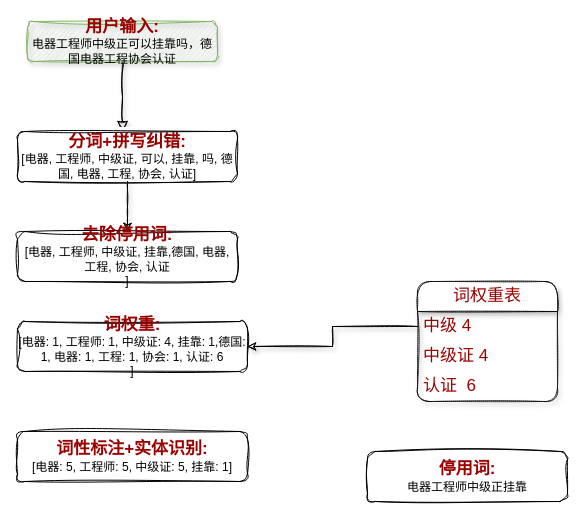
This is 未命名绘图.drawio from xuhaowork/myStudio, a draw.io file, before an edit. Source tidied: cells renumbered, new cells numbered last; positions are measured from the earlier drawing's top-left corner, leaving out a move shared by most shapes. Both pictures are drawn from the tidied source at 100%, with x=0, y=0 at pixel (17, 21).
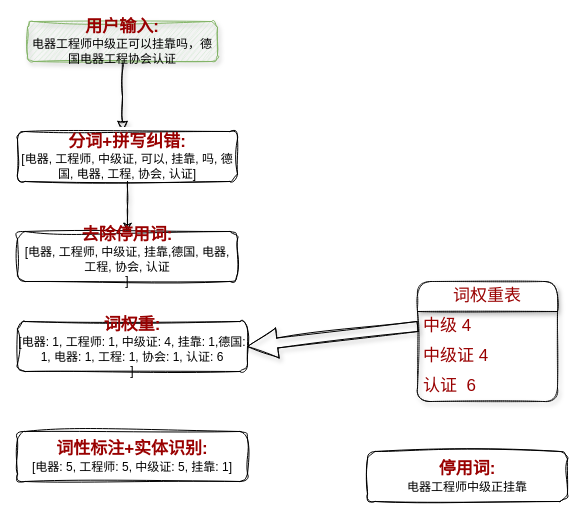
After the change.

Commit message (it also covers changes not shown here):
更新未命名绘图.drawio

Diff of the diagram source:
```diff
@@
 <mxGraphModel>
   <root>
     <mxCell id="0" />
     <mxCell id="1" parent="0" />
     <mxCell id="2" style="rounded=0;html=1;jettySize=auto;fontSize=11;endArrow=block;endFill=0;endSize=8;strokeWidth=1;shadow=1;labelBackgroundColor=none;edgeStyle=elbowEdgeStyle;sketch=1;curveFitting=1;jiggle=2;" parent="1" edge="1" source="3" target="5">
       <mxGeometry relative="1" as="geometry" />
     </mxCell>
     <mxCell id="3" value="&lt;b style=&quot;font-size: 17px;&quot;&gt;&lt;font style=&quot;font-size: 17px;&quot; color=&quot;#990000&quot;&gt;用户输入:&lt;/font&gt;&lt;br&gt;&lt;/b&gt;电器工程师中级正可以挂靠吗，德国电器工程协会认证" style="rounded=1;whiteSpace=wrap;html=1;fontSize=12;glass=0;strokeWidth=1;shadow=1;sketch=1;curveFitting=1;jiggle=2;fillColor=#d5e8d4;strokeColor=#82b366;" parent="1" vertex="1">
       <mxGeometry x="10" width="190" height="40" as="geometry" />
     </mxCell>
     <mxCell id="4" style="edgeStyle=elbowEdgeStyle;rounded=0;sketch=1;jettySize=auto;html=1;exitX=0.5;exitY=1;exitDx=0;exitDy=0;shadow=1;fontSize=17;fontColor=#990000;" parent="1" edge="1" source="5" target="6">
       <mxGeometry relative="1" as="geometry" />
     </mxCell>
     <mxCell id="5" value="&lt;b style=&quot;border-color: var(--border-color); font-size: 17px;&quot;&gt;&lt;font style=&quot;border-color: var(--border-color);&quot; color=&quot;#990000&quot;&gt;分词+拼写纠错:&lt;/font&gt;&lt;br style=&quot;border-color: var(--border-color);&quot;&gt;&lt;/b&gt;[电器, 工程师, 中级证, 可以, 挂靠, 吗, 德国, 电器, 工程, 协会, 认证]" style="rounded=1;whiteSpace=wrap;html=1;fontSize=12;glass=0;strokeWidth=1;shadow=0;sketch=1;curveFitting=1;jiggle=2;" parent="1" vertex="1">
       <mxGeometry y="110" width="220" height="50" as="geometry" />
     </mxCell>
     <mxCell id="6" value="&lt;b style=&quot;border-color: var(--border-color); font-size: 17px;&quot;&gt;&lt;font style=&quot;border-color: var(--border-color);&quot; color=&quot;#990000&quot;&gt;去除停用词:&lt;br&gt;&lt;/font&gt;&lt;/b&gt;[电器, 工程师, 中级证, 挂靠,德国, 电器, 工程, 协会, 认证&lt;br&gt;]" style="rounded=1;whiteSpace=wrap;html=1;fontSize=12;glass=0;strokeWidth=1;shadow=0;sketch=1;curveFitting=1;jiggle=2;" parent="1" vertex="1">
       <mxGeometry y="210" width="220" height="50" as="geometry" />
     </mxCell>
     <mxCell id="7" value="&lt;b style=&quot;border-color: var(--border-color); font-size: 17px;&quot;&gt;&lt;font style=&quot;border-color: var(--border-color);&quot; color=&quot;#990000&quot;&gt;停用词:&lt;/font&gt;&lt;br style=&quot;border-color: var(--border-color);&quot;&gt;&lt;/b&gt;电器工程师中级正挂靠" style="rounded=1;whiteSpace=wrap;html=1;fontSize=12;glass=0;strokeWidth=1;shadow=0;sketch=1;curveFitting=1;jiggle=2;" parent="1" vertex="1">
       <mxGeometry x="350" y="430" width="200" height="50" as="geometry" />
     </mxCell>
     <mxCell id="8" value="&lt;b style=&quot;border-color: var(--border-color); font-size: 17px;&quot;&gt;&lt;font style=&quot;border-color: var(--border-color);&quot; color=&quot;#990000&quot;&gt;词权重:&lt;/font&gt;&lt;br style=&quot;border-color: var(--border-color);&quot;&gt;&lt;/b&gt;[电器: 1, 工程师: 1, 中级证: 4, 挂靠: 1,德国: 1, 电器: 1, 工程: 1, 协会: 1, 认证: 6&lt;br&gt;]" style="rounded=1;whiteSpace=wrap;html=1;fontSize=12;glass=0;strokeWidth=1;shadow=0;sketch=1;curveFitting=1;jiggle=2;" parent="1" vertex="1">
       <mxGeometry y="300" width="230" height="50" as="geometry" />
     </mxCell>
     <mxCell id="9" value="&lt;b style=&quot;border-color: var(--border-color); font-size: 17px;&quot;&gt;&lt;font style=&quot;border-color: var(--border-color);&quot; color=&quot;#990000&quot;&gt;词性标注+实体识别:&lt;/font&gt;&lt;br style=&quot;border-color: var(--border-color);&quot;&gt;&lt;/b&gt;[电器: 5, 工程师: 5, 中级证: 5, 挂靠: 1]" style="rounded=1;whiteSpace=wrap;html=1;fontSize=12;glass=0;strokeWidth=1;shadow=0;sketch=1;curveFitting=1;jiggle=2;" parent="1" vertex="1">
       <mxGeometry y="410" width="230" height="50" as="geometry" />
     </mxCell>
     <mxCell id="10" value="词权重表" style="swimlane;fontStyle=0;horizontal=1;startSize=30;whiteSpace=wrap;html=1;rounded=1;shadow=1;sketch=1;fontSize=17;fontColor=#990000;dashed=1;dashPattern=1 1;" parent="1" vertex="1">
       <mxGeometry x="400" y="260" width="140" height="120" as="geometry" />
     </mxCell>
     <mxCell id="11" value="中级 4" style="text;strokeColor=none;fillColor=none;align=left;verticalAlign=middle;spacingLeft=4;spacingRight=4;overflow=hidden;points=[[0,0.5],[1,0.5]];portConstraint=eastwest;whiteSpace=wrap;html=1;fontSize=17;fontColor=#990000;" parent="10" vertex="1">
       <mxGeometry y="30" width="140" height="30" as="geometry" />
     </mxCell>
     <mxCell id="12" value="中级证 4" style="text;strokeColor=none;fillColor=none;align=left;verticalAlign=middle;spacingLeft=4;spacingRight=4;overflow=hidden;whiteSpace=wrap;html=1;fontSize=17;fontColor=#990000;" parent="10" vertex="1">
       <mxGeometry y="60" width="140" height="30" as="geometry" />
     </mxCell>
     <mxCell id="13" value="认证&amp;nbsp; 6" style="text;strokeColor=none;fillColor=none;align=left;verticalAlign=middle;spacingLeft=4;spacingRight=4;overflow=hidden;whiteSpace=wrap;html=1;fontSize=17;fontColor=#990000;" parent="10" vertex="1">
       <mxGeometry y="90" width="140" height="30" as="geometry" />
     </mxCell>
-    <mxCell id="14" style="edgeStyle=elbowEdgeStyle;rounded=0;sketch=1;jettySize=auto;html=1;entryX=1;entryY=0.5;entryDx=0;entryDy=0;shadow=1;fontSize=17;fontColor=#990000;" parent="1" edge="1" source="11" target="8">
+    <mxCell id="14" style="edgeStyle=elbowEdgeStyle;rounded=0;sketch=1;jettySize=auto;html=1;entryX=1;entryY=0.5;entryDx=0;entryDy=0;shadow=1;fontSize=17;fontColor=#990000;shape=arrow;targetPerimeterSpacing=2;" parent="1" edge="1" source="11" target="8">
       <mxGeometry relative="1" as="geometry" />
     </mxCell>
   </root>
 </mxGraphModel>
```
